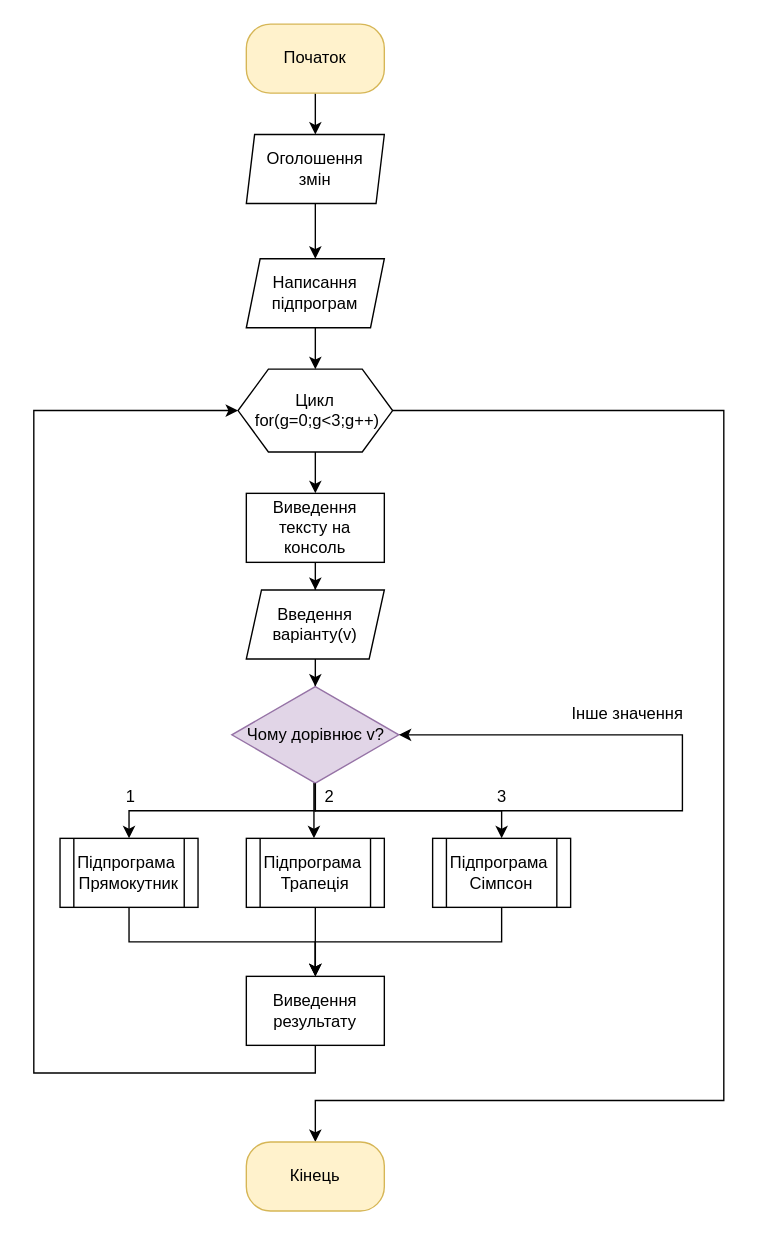
Grysnui/Labka-2 keeps this draw.io diagram as Untitled Diagram.drawio. Above is the earlier version. Source tidied: cells renumbered, new cells numbered last; positions are measured from the earlier drawing's top-left corner, leaving out a move shared by most shapes. Both pictures are drawn from the tidied source at 138%, with x=0, y=0 at pixel (33, 23).
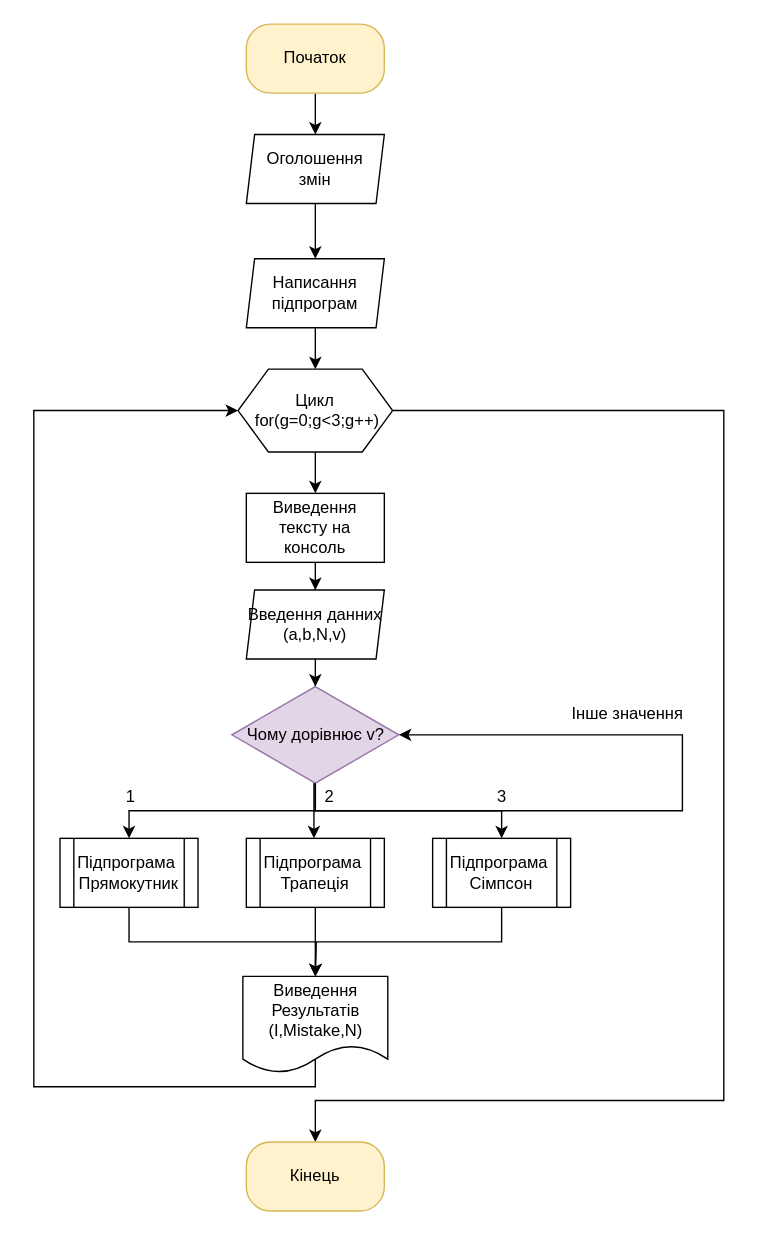
Above is the later version.

Commit message:
Блок схема(основа)

The change refers to these unchanged cells:
```xml
<mxCell id="8" value="Цикл&lt;br&gt;&amp;nbsp;for(g=0;g&amp;lt;3;g++)" style="shape=hexagon;perimeter=hexagonPerimeter2;whiteSpace=wrap;html=1;fixedSize=1;size=22;" parent="1" vertex="1">
  <mxGeometry x="148" y="250" width="112" height="60" as="geometry" />
</mxCell>
<mxCell id="18" value="Підпрограма&amp;nbsp;&lt;br&gt;Прямокутник" style="shape=process;whiteSpace=wrap;html=1;backgroundOutline=1;size=0.1;" parent="1" vertex="1">
  <mxGeometry x="19" y="590" width="100" height="50" as="geometry" />
</mxCell>
<mxCell id="20" value="Підпрограма&amp;nbsp;&lt;br&gt;Трапеція" style="shape=process;whiteSpace=wrap;html=1;backgroundOutline=1;size=0.1;" parent="1" vertex="1">
  <mxGeometry x="154" y="590" width="100" height="50" as="geometry" />
</mxCell>
<mxCell id="22" value="Підпрограма&amp;nbsp;&lt;br&gt;Сімпсон" style="shape=process;whiteSpace=wrap;html=1;backgroundOutline=1;size=0.1;" parent="1" vertex="1">
  <mxGeometry x="289" y="590" width="100" height="50" as="geometry" />
</mxCell>
```

Change to the diagram source:
```diff
@@
-    <mxCell id="12" value="Введення варіанту(v)" style="shape=parallelogram;perimeter=parallelogramPerimeter;whiteSpace=wrap;html=1;fixedSize=1;size=11;" parent="1" vertex="1">
+    <mxCell id="12" value="Введення данних&lt;br&gt;(a,b,N,v)" style="shape=parallelogram;perimeter=parallelogramPerimeter;whiteSpace=wrap;html=1;fixedSize=1;size=6;" parent="1" vertex="1">
       <mxGeometry x="154" y="410" width="100" height="50" as="geometry" />
     </mxCell>
@@
-    <mxCell id="17" style="edgeStyle=orthogonalEdgeStyle;rounded=0;jettySize=auto;html=1;exitX=0.5;exitY=1;exitDx=0;exitDy=0;entryX=0.5;entryY=0;entryDx=0;entryDy=0;" parent="1" edge="1" source="18" target="27">
-      <mxGeometry relative="1" as="geometry" />
+    <mxCell id="17" style="edgeStyle=orthogonalEdgeStyle;rounded=0;jettySize=auto;html=1;exitX=0.5;exitY=1;exitDx=0;exitDy=0;entryX=0.5;entryY=0;entryDx=0;entryDy=0;" parent="1" edge="1" source="18">
+      <mxGeometry relative="1" as="geometry">
+        <mxPoint x="204" y="690" as="targetPoint" />
+      </mxGeometry>
     </mxCell>
@@
-    <mxCell id="19" style="edgeStyle=orthogonalEdgeStyle;rounded=0;jettySize=auto;html=1;" parent="1" edge="1" source="20" target="27">
-      <mxGeometry relative="1" as="geometry" />
+    <mxCell id="19" style="edgeStyle=orthogonalEdgeStyle;rounded=0;jettySize=auto;html=1;" parent="1" edge="1" source="20">
+      <mxGeometry relative="1" as="geometry">
+        <mxPoint x="204" y="690" as="targetPoint" />
+      </mxGeometry>
     </mxCell>
@@
-    <mxCell id="21" style="edgeStyle=orthogonalEdgeStyle;rounded=0;jettySize=auto;html=1;exitX=0.5;exitY=1;exitDx=0;exitDy=0;entryX=0.5;entryY=0;entryDx=0;entryDy=0;" parent="1" edge="1" source="22" target="27">
-      <mxGeometry relative="1" as="geometry" />
+    <mxCell id="21" style="edgeStyle=orthogonalEdgeStyle;rounded=0;jettySize=auto;html=1;exitX=0.5;exitY=1;exitDx=0;exitDy=0;entryX=0.5;entryY=0;entryDx=0;entryDy=0;" parent="1" edge="1" source="22">
+      <mxGeometry relative="1" as="geometry">
+        <mxPoint x="204" y="690" as="targetPoint" />
+      </mxGeometry>
     </mxCell>
@@
-    <mxCell id="26" style="edgeStyle=orthogonalEdgeStyle;rounded=0;jettySize=auto;html=1;exitX=0.5;exitY=1;exitDx=0;exitDy=0;entryX=0;entryY=0.5;entryDx=0;entryDy=0;" parent="1" edge="1" source="27" target="8">
+    <mxCell id="26" style="edgeStyle=orthogonalEdgeStyle;rounded=0;jettySize=auto;html=1;exitX=0.5;exitY=0.826;exitDx=0;exitDy=0;entryX=0;entryY=0.5;entryDx=0;entryDy=0;exitPerimeter=0;" parent="1" edge="1" source="33" target="8">
       <mxGeometry relative="1" as="geometry">
         <Array as="points">
-          <mxPoint x="204" y="760" />
-          <mxPoint y="760" />
+          <mxPoint x="204" y="748" />
+          <mxPoint x="204" y="770" />
+          <mxPoint y="770" />
           <mxPoint y="280" />
         </Array>
       </mxGeometry>
     </mxCell>
-    <mxCell id="27" value="Виведення результату" style="rounded=0;whiteSpace=wrap;html=1;" parent="1" vertex="1">
-      <mxGeometry x="154" y="690" width="100" height="50" as="geometry" />
-    </mxCell>
@@
-    <mxCell id="32" value="Написання підпрограм" style="shape=parallelogram;perimeter=parallelogramPerimeter;whiteSpace=wrap;html=1;fixedSize=1;size=10;" parent="1" vertex="1">
+    <mxCell id="32" value="Написання підпрограм" style="shape=parallelogram;perimeter=parallelogramPerimeter;whiteSpace=wrap;html=1;fixedSize=1;size=6;" parent="1" vertex="1">
       <mxGeometry x="154" y="170" width="100" height="50" as="geometry" />
     </mxCell>
+    <mxCell id="33" value="Виведення Результатів&lt;br&gt;(I,Mistake,N)" style="shape=document;whiteSpace=wrap;html=1;boundedLbl=1;size=0.2857142857142857;" parent="1" vertex="1">
+      <mxGeometry x="151.5" y="690" width="105" height="70" as="geometry" />
+    </mxCell>
```
